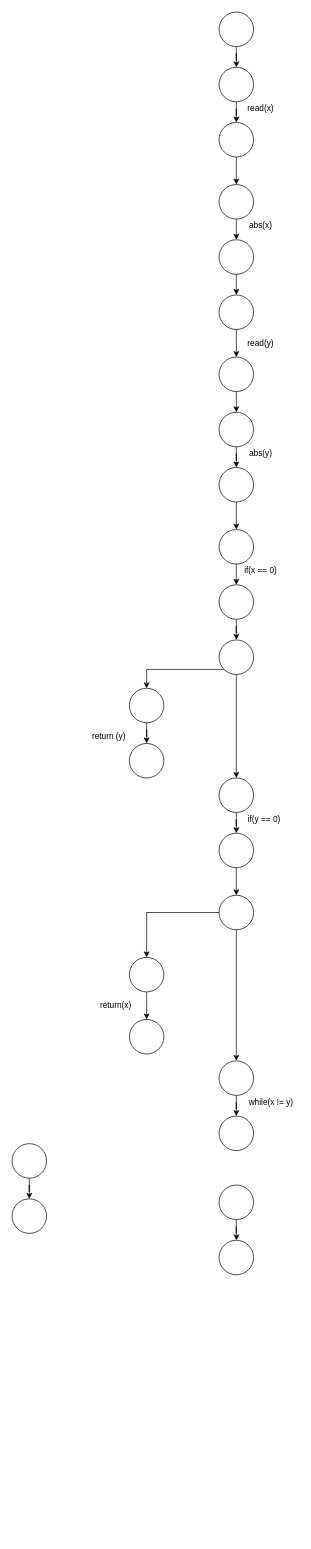
Earlier version of the draw.io diagram DiagramFlujoDeControl/ej1.drawio (Luchit0-afk/Diagramas). Source tidied: cells renumbered, new cells numbered last; positions are measured from the earlier drawing's top-left corner, leaving out a move shared by most shapes. Both pictures are drawn from the tidied source at 69%, with x=0, y=0 at pixel (12, 12).
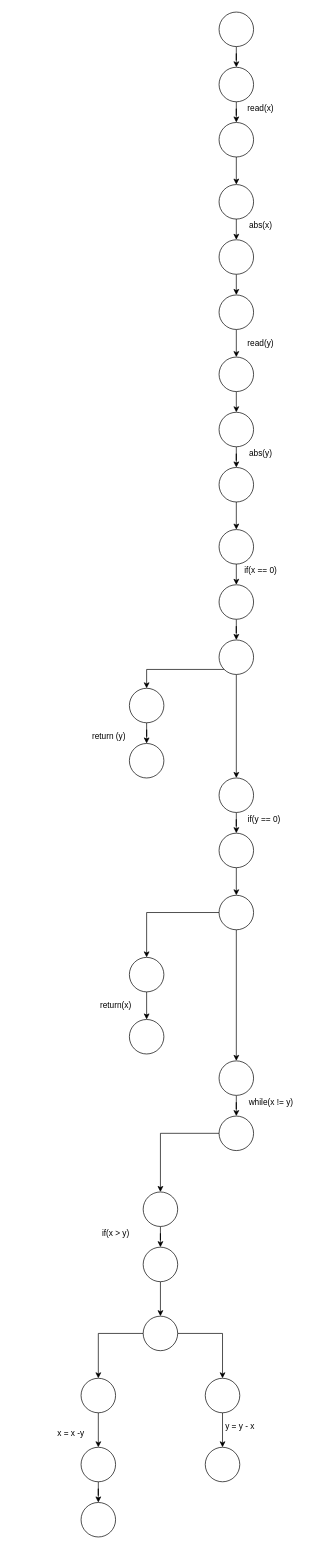
Above is the later version.

Unchanged cells that the change refers to:
```xml
<mxCell id="50" style="ellipse;whiteSpace=wrap;html=1;" parent="1" vertex="1">
  <mxGeometry x="300" y="1600" width="50" height="50" as="geometry" />
</mxCell>
```

The edit, as a diff of the source:
```diff
@@
+    <mxCell id="58" style="edgeStyle=orthogonalEdgeStyle;rounded=0;jettySize=auto;html=1;exitX=0;exitY=0.5;exitDx=0;exitDy=0;entryX=0.5;entryY=0;entryDx=0;entryDy=0;" parent="1" edge="1" source="50" target="56">
+      <mxGeometry relative="1" as="geometry" />
+    </mxCell>
@@
-    <mxCell id="52" style="edgeStyle=orthogonalEdgeStyle;rounded=0;jettySize=auto;html=1;exitX=0.5;exitY=1;exitDx=0;exitDy=0;" parent="1" edge="1" source="53" target="54">
+    <mxCell id="52" style="edgeStyle=orthogonalEdgeStyle;rounded=0;jettySize=auto;html=1;exitX=0;exitY=0.5;exitDx=0;exitDy=0;" parent="1" edge="1" source="53" target="54">
       <mxGeometry relative="1" as="geometry" />
     </mxCell>
+    <mxCell id="59" style="edgeStyle=orthogonalEdgeStyle;rounded=0;jettySize=auto;html=1;exitX=1;exitY=0.5;exitDx=0;exitDy=0;" parent="1" edge="1" source="53" target="64">
+      <mxGeometry relative="1" as="geometry" />
+    </mxCell>
     <mxCell id="53" style="ellipse;whiteSpace=wrap;html=1;" parent="1" vertex="1">
-      <mxGeometry y="1640" width="50" height="50" as="geometry" />
+      <mxGeometry x="190" y="1890" width="50" height="50" as="geometry" />
     </mxCell>
+    <mxCell id="60" style="edgeStyle=orthogonalEdgeStyle;rounded=0;jettySize=auto;html=1;exitX=0.5;exitY=1;exitDx=0;exitDy=0;entryX=0.5;entryY=0;entryDx=0;entryDy=0;" parent="1" edge="1" source="54" target="67">
+      <mxGeometry relative="1" as="geometry" />
+    </mxCell>
     <mxCell id="54" style="ellipse;whiteSpace=wrap;html=1;" parent="1" vertex="1">
-      <mxGeometry y="1720" width="50" height="50" as="geometry" />
+      <mxGeometry x="100" y="1980" width="50" height="50" as="geometry" />
     </mxCell>
@@
     <mxCell id="56" style="ellipse;whiteSpace=wrap;html=1;" parent="1" vertex="1">
-      <mxGeometry x="300" y="1700" width="50" height="50" as="geometry" />
+      <mxGeometry x="190" y="1710" width="50" height="50" as="geometry" />
     </mxCell>
+    <mxCell id="61" style="edgeStyle=orthogonalEdgeStyle;rounded=0;jettySize=auto;html=1;exitX=0.5;exitY=1;exitDx=0;exitDy=0;" parent="1" edge="1" source="57" target="53">
+      <mxGeometry relative="1" as="geometry" />
+    </mxCell>
     <mxCell id="57" style="ellipse;whiteSpace=wrap;html=1;" parent="1" vertex="1">
-      <mxGeometry x="300" y="1780" width="50" height="50" as="geometry" />
+      <mxGeometry x="190" y="1790" width="50" height="50" as="geometry" />
     </mxCell>
+    <mxCell id="62" value="if(x &amp;gt; y)" style="text;html=1;align=center;verticalAlign=middle;strokeColor=none;" parent="1" vertex="1">
+      <mxGeometry x="120" y="1760" width="60" height="20" as="geometry" />
+    </mxCell>
+    <mxCell id="63" style="edgeStyle=orthogonalEdgeStyle;rounded=0;jettySize=auto;html=1;exitX=0.5;exitY=1;exitDx=0;exitDy=0;" parent="1" edge="1" source="64" target="65">
+      <mxGeometry relative="1" as="geometry" />
+    </mxCell>
+    <mxCell id="64" style="ellipse;whiteSpace=wrap;html=1;" parent="1" vertex="1">
+      <mxGeometry x="280" y="1980" width="50" height="50" as="geometry" />
+    </mxCell>
+    <mxCell id="65" style="ellipse;whiteSpace=wrap;html=1;" parent="1" vertex="1">
+      <mxGeometry x="280" y="2080" width="50" height="50" as="geometry" />
+    </mxCell>
+    <mxCell id="66" style="edgeStyle=orthogonalEdgeStyle;rounded=0;jettySize=auto;html=1;exitX=0.5;exitY=1;exitDx=0;exitDy=0;" parent="1" edge="1" source="67" target="68">
+      <mxGeometry relative="1" as="geometry" />
+    </mxCell>
+    <mxCell id="67" style="ellipse;whiteSpace=wrap;html=1;" parent="1" vertex="1">
+      <mxGeometry x="100" y="2080" width="50" height="50" as="geometry" />
+    </mxCell>
+    <mxCell id="68" style="ellipse;whiteSpace=wrap;html=1;" parent="1" vertex="1">
+      <mxGeometry x="100" y="2160" width="50" height="50" as="geometry" />
+    </mxCell>
+    <mxCell id="69" value="x = x -y" style="text;html=1;align=center;verticalAlign=middle;strokeColor=none;" parent="1" vertex="1">
+      <mxGeometry x="60" y="2050" width="50" height="20" as="geometry" />
+    </mxCell>
+    <mxCell id="70" value="y = y - x" style="text;html=1;align=center;verticalAlign=middle;strokeColor=none;" parent="1" vertex="1">
+      <mxGeometry x="300" y="2040" width="60" height="20" as="geometry" />
+    </mxCell>
```
